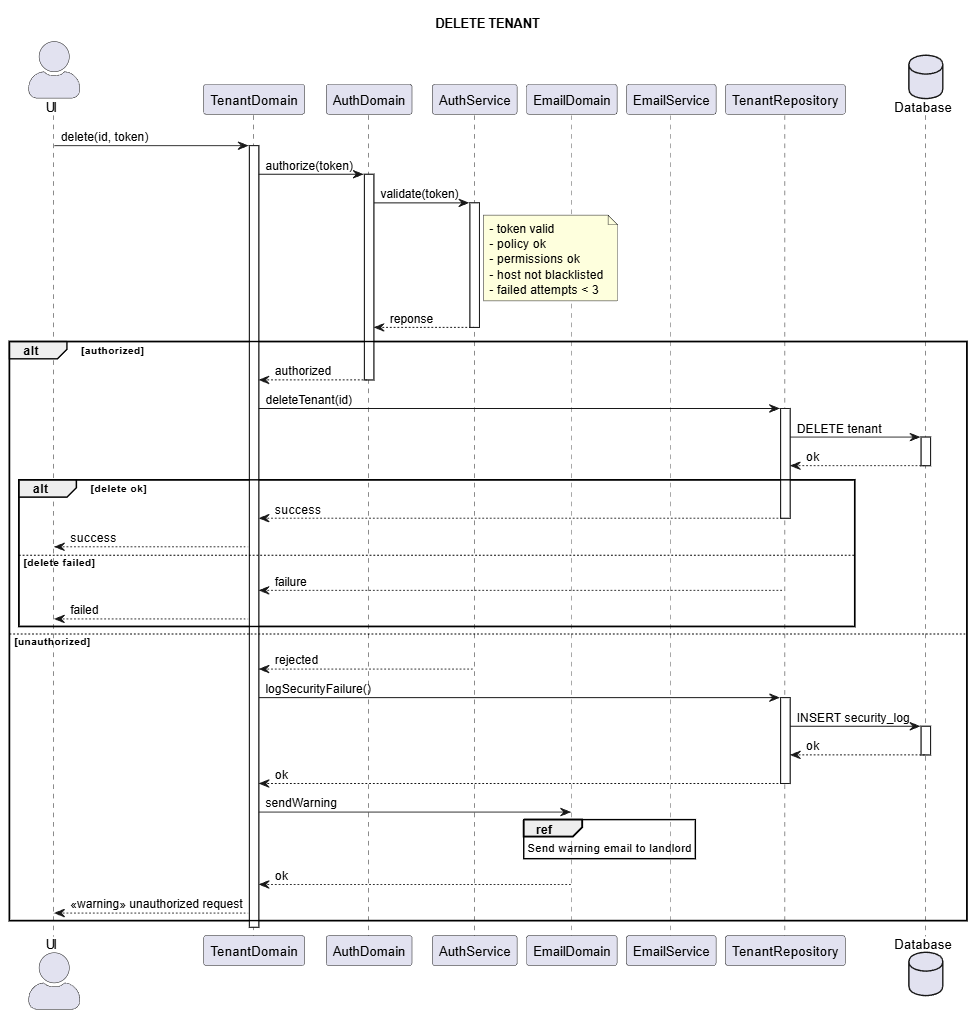
The PlantUML diagram modeling/tenants/sequences/images/delete.png in SprigganTwelve/immo-flow, before a commit. Its source is kept beside it as modeling/tenants/sequences/delete.puml.
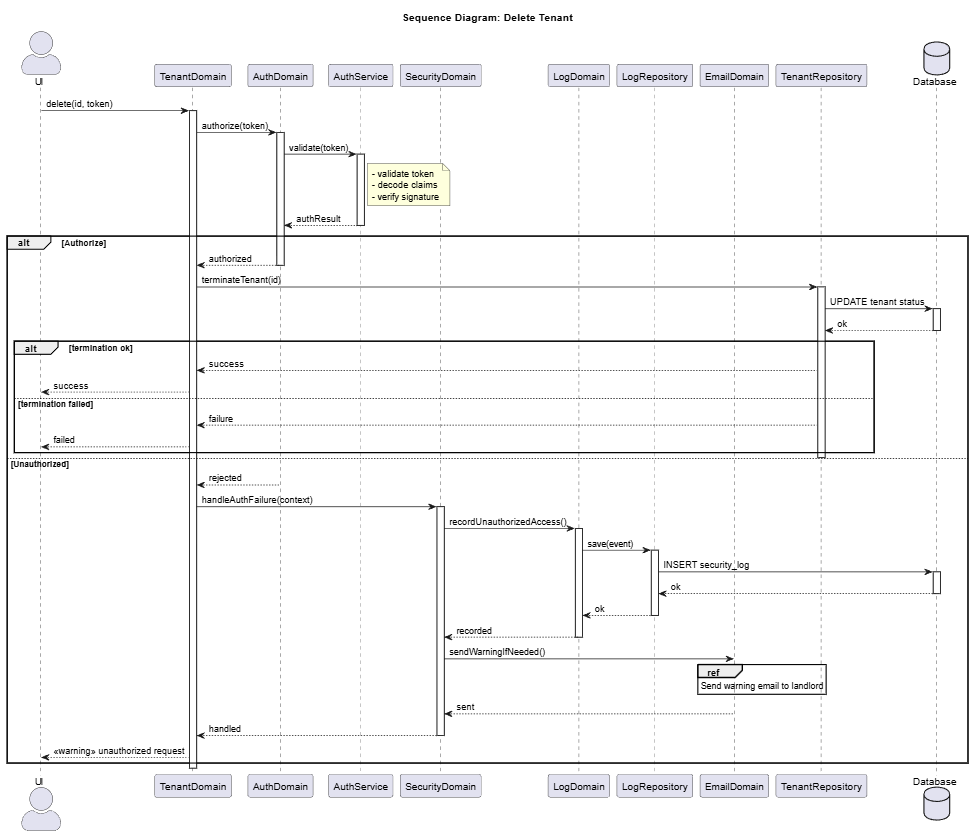
Later version of the same file.

Diff of the diagram source:
```diff
@@ -1,16 +1,17 @@
 @startuml
-
-title "DELETE TENANT"
+title "Sequence Diagram: Delete Tenant"
 
 skinparam actorStyle awesome
 actor UI
 
 participant "TenantDomain" as Domain
 participant "AuthDomain" as AuthDomain
-participant "AuthService" as Auth
+participant "AuthService" as AuthService
+participant "SecurityDomain" as SecurityDomain
+participant "LogDomain" as LogDomain
+participant "LogRepository" as LogRepo
 participant "EmailDomain" as EmailDomain
-participant "EmailService" as Email
-participant "TenantRepository" as Repo
+participant "TenantRepository" as TenantRepo
 database "Database" as DB
 
 
@@ -19,71 +20,91 @@
 activate Domain
 
 
+
 Domain -> AuthDomain : authorize(token)
 activate AuthDomain
 
-AuthDomain -> Auth: validate(token)
-activate Auth
 
 
-note right of Auth
-  - token valid
-  - policy ok
-  - permissions ok
-  - host not blacklisted
-  - failed attempts < 3
+AuthDomain -> AuthService : validate(token)
+activate AuthService
+
+
+
+note right of AuthService
+  - validate token
+  - decode claims
+  - verify signature
 end note
 
-Auth --> AuthDomain: reponse
-deactivate Auth
+
+AuthService --> AuthDomain : authResult
+deactivate AuthService
 
 
-alt authorized
+
+
+alt Authorize
 
     AuthDomain --> Domain : authorized
-    deactivate Auth
     deactivate AuthDomain
 
-    Domain -> Repo : deleteTenant(id)
-    activate Repo
-    Repo -> DB : DELETE tenant
+    Domain -> TenantRepo : terminateTenant(id)
+    activate TenantRepo
+
+    TenantRepo -> DB : UPDATE tenant status
     activate DB
-    DB --> Repo : ok
+    DB --> TenantRepo : ok
     deactivate DB
 
-    alt delete ok
-        Repo --> Domain : success
-        deactivate Repo
+    alt termination ok
+        TenantRepo --> Domain : success
         Domain --> UI : success
-    else delete failed
-        Repo --> Domain : failure
+    else termination failed
+        TenantRepo --> Domain : failure
         Domain --> UI : failed
     end
-    deactivate Repo
 
-else unauthorized
-    Auth --> Domain : rejected
-    deactivate Auth
-
-    Domain -> Repo : logSecurityFailure()
-    activate Repo
-    Repo -> DB : INSERT security_log
-    activate DB
-    DB --> Repo : ok
-    deactivate DB
-    Repo --> Domain: ok
-    deactivate Repo
+    deactivate TenantRepo
 
 
-    Domain -> EmailDomain : sendWarning
+else Unauthorized
+
+    AuthDomain --> Domain : rejected
+    deactivate AuthDomain
+
+    Domain -> SecurityDomain : handleAuthFailure(context)
+    activate SecurityDomain
+
+    SecurityDomain -> LogDomain : recordUnauthorizedAccess()
+    activate LogDomain
+
+    LogDomain -> LogRepo : save(event)
+    activate LogRepo
+
+    LogRepo -> DB : INSERT security_log
+    activate DB
+    DB --> LogRepo : ok
+    deactivate DB
+
+    LogRepo --> LogDomain : ok
+    deactivate LogRepo
+
+    LogDomain --> SecurityDomain : recorded
+    deactivate LogDomain
+
+    SecurityDomain -> EmailDomain : sendWarningIfNeeded()
     ref over EmailDomain
-            Send warning email  to landlord
+        Send warning email to landlord
     end ref
-    EmailDomain --> Domain: ok
+
+    EmailDomain --> SecurityDomain : sent
+    SecurityDomain --> Domain : handled
+    deactivate SecurityDomain
 
     Domain --> UI : <<warning>> unauthorized request
+
 end
 
 deactivate Domain
-
 @enduml
```
